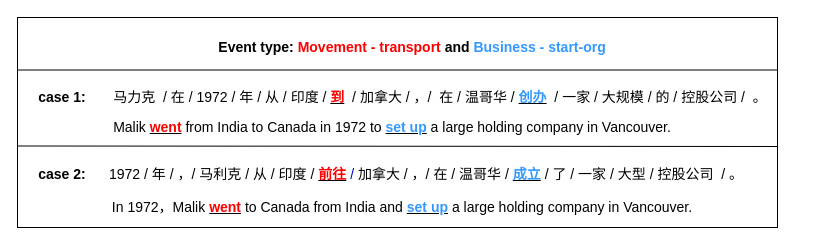
This is texttext2.drawio from gitofding/first_repository, a draw.io file, before an edit. Source tidied: cells renumbered, new cells numbered last; positions are measured from the earlier drawing's top-left corner, leaving out a move shared by most shapes. Both pictures are drawn from the tidied source at 100%, with x=0, y=0 at pixel (17, 17).
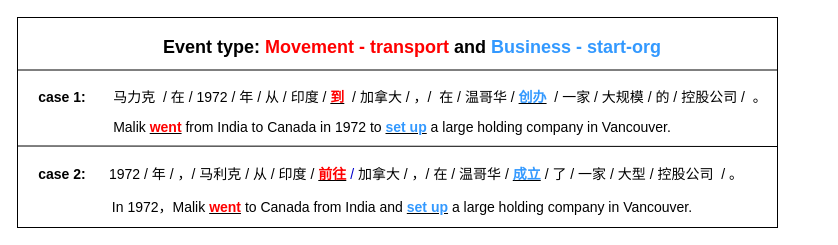
After the change.

The edit, as a diff of the source:
```diff
@@
 <mxGraphModel>
   <root>
     <mxCell id="0" />
     <mxCell id="1" parent="0" />
     <mxCell id="2" style="rounded=0;whiteSpace=wrap;html=1;" parent="1" vertex="1">
       <mxGeometry width="760" height="210" as="geometry" />
     </mxCell>
     <mxCell id="3" value="&lt;span style=&quot;font-size: 14px&quot;&gt;马力克&amp;nbsp; / 在 / 1972 / 年 / 从 / 印度 /&amp;nbsp;&lt;/span&gt;&lt;b style=&quot;font-size: 14px&quot;&gt;&lt;u&gt;&lt;font color=&quot;#ff0000&quot;&gt;到&lt;/font&gt;&lt;/u&gt;&amp;nbsp;&lt;/b&gt;&lt;span style=&quot;font-size: 14px&quot;&gt;&amp;nbsp;/ 加拿大 / ，/&amp;nbsp; 在 / 温哥华 /&amp;nbsp;&lt;/span&gt;&lt;b style=&quot;font-size: 14px&quot;&gt;&lt;u&gt;&lt;font color=&quot;#3399ff&quot;&gt;创办&lt;/font&gt;&lt;/u&gt;&lt;/b&gt;&lt;font color=&quot;#ff0000&quot; style=&quot;font-size: 14px&quot;&gt;&amp;nbsp;&amp;nbsp;&lt;/font&gt;&lt;span style=&quot;font-size: 14px&quot;&gt;/ 一家 / 大规模 / 的 / 控股公司 /&amp;nbsp; 。&lt;/span&gt;" style="text;html=1;strokeColor=none;fillColor=none;align=center;verticalAlign=middle;whiteSpace=wrap;rounded=0;" parent="1" vertex="1">
       <mxGeometry x="43" y="70" width="760" height="20" as="geometry" />
     </mxCell>
     <mxCell id="4" value="&lt;span style=&quot;font-size: 14px&quot;&gt;1972 / 年 / ，/ 马利克 / 从 / 印度 /&amp;nbsp;&lt;/span&gt;&lt;b style=&quot;font-size: 14px&quot;&gt;&lt;u&gt;&lt;font color=&quot;#ff0000&quot;&gt;前往&lt;/font&gt;&lt;/u&gt;&lt;/b&gt;&lt;font color=&quot;#0000cc&quot; style=&quot;font-size: 14px&quot;&gt;&amp;nbsp;/&amp;nbsp;&lt;/font&gt;&lt;span style=&quot;font-size: 14px&quot;&gt;加拿大 / ，/ 在 / 温哥华 /&amp;nbsp;&lt;/span&gt;&lt;b style=&quot;font-size: 14px&quot;&gt;&lt;u&gt;&lt;font color=&quot;#3399ff&quot;&gt;成立&lt;/font&gt;&lt;/u&gt;&amp;nbsp;&lt;/b&gt;&lt;span style=&quot;font-size: 14px&quot;&gt;/ 了 / 一家 / 大型 / 控股公司&amp;nbsp; / 。&lt;/span&gt;" style="text;html=1;strokeColor=none;fillColor=none;align=center;verticalAlign=middle;whiteSpace=wrap;rounded=0;" parent="1" vertex="1">
       <mxGeometry x="59" y="147" width="700" height="20" as="geometry" />
     </mxCell>
     <mxCell id="5" value="&lt;span style=&quot;font-size: 14px&quot;&gt;In 1972，Malik&amp;nbsp;&lt;/span&gt;&lt;b style=&quot;font-size: 14px&quot;&gt;&lt;u&gt;&lt;font color=&quot;#ff0000&quot;&gt;went&lt;/font&gt;&lt;/u&gt;&lt;/b&gt;&lt;span style=&quot;font-size: 14px&quot;&gt;&lt;font color=&quot;#ff0000&quot;&gt;&amp;nbsp;&lt;/font&gt;to Canada from India and&amp;nbsp;&lt;/span&gt;&lt;b style=&quot;font-size: 14px&quot;&gt;&lt;u&gt;&lt;font color=&quot;#3399ff&quot;&gt;set up&lt;/font&gt;&lt;/u&gt;&lt;/b&gt;&lt;span style=&quot;font-size: 14px&quot;&gt;&amp;nbsp;a large holding company in Vancouver.&lt;/span&gt;" style="text;html=1;strokeColor=none;fillColor=none;align=center;verticalAlign=middle;whiteSpace=wrap;rounded=0;" parent="1" vertex="1">
       <mxGeometry x="60" y="180" width="650" height="20" as="geometry" />
     </mxCell>
     <mxCell id="6" value="&lt;span style=&quot;font-size: 14px&quot;&gt;Malik&amp;nbsp;&lt;/span&gt;&lt;b style=&quot;font-size: 14px&quot;&gt;&lt;u&gt;&lt;font color=&quot;#ff0000&quot;&gt;went&lt;/font&gt;&lt;/u&gt;&lt;/b&gt;&lt;span style=&quot;font-size: 14px&quot;&gt;&amp;nbsp;from India to Canada in 1972 to&amp;nbsp;&lt;/span&gt;&lt;b style=&quot;font-size: 14px&quot;&gt;&lt;u&gt;&lt;font color=&quot;#3399ff&quot;&gt;set up&lt;/font&gt;&lt;/u&gt;&lt;/b&gt;&lt;span style=&quot;font-size: 14px&quot;&gt;&amp;nbsp;a large holding company in Vancouver.&lt;/span&gt;" style="text;html=1;strokeColor=none;fillColor=none;align=center;verticalAlign=middle;whiteSpace=wrap;rounded=0;" parent="1" vertex="1">
       <mxGeometry x="60" y="100" width="630" height="20" as="geometry" />
     </mxCell>
     <mxCell id="7" value="&lt;b&gt;&lt;font style=&quot;font-size: 14px&quot;&gt;case 1:&lt;/font&gt;&lt;/b&gt;" style="text;html=1;strokeColor=none;fillColor=none;align=center;verticalAlign=middle;whiteSpace=wrap;rounded=0;" parent="1" vertex="1">
       <mxGeometry x="20" y="70" width="49.8" height="20" as="geometry" />
     </mxCell>
     <mxCell id="8" value="&lt;b&gt;&lt;font style=&quot;font-size: 14px&quot;&gt;case 2:&lt;/font&gt;&lt;/b&gt;" style="text;html=1;strokeColor=none;fillColor=none;align=center;verticalAlign=middle;whiteSpace=wrap;rounded=0;" parent="1" vertex="1">
       <mxGeometry x="20" y="147" width="49.8" height="20" as="geometry" />
     </mxCell>
     <mxCell id="9" style="endArrow=none;html=1;exitX=0;exitY=0.25;exitDx=0;exitDy=0;" parent="1" edge="1">
       <mxGeometry relative="1" as="geometry">
         <mxPoint y="128.5" as="sourcePoint" />
         <mxPoint x="760" y="129" as="targetPoint" />
       </mxGeometry>
     </mxCell>
     <mxCell id="10" style="endArrow=none;html=1;exitX=0;exitY=0.25;exitDx=0;exitDy=0;entryX=1;entryY=0.25;entryDx=0;entryDy=0;" parent="1" edge="1" source="2" target="2">
       <mxGeometry relative="1" as="geometry" />
     </mxCell>
-    <mxCell id="11" value="&lt;font style=&quot;font-size: 14px&quot;&gt;&lt;b&gt;Event type: &lt;font color=&quot;#ff0000&quot;&gt;Movement - transport&lt;/font&gt; and &lt;font color=&quot;#3399ff&quot;&gt;Business - start-org&lt;/font&gt;&lt;/b&gt;&lt;/font&gt;" style="text;html=1;strokeColor=none;fillColor=none;align=center;verticalAlign=middle;whiteSpace=wrap;rounded=0;" parent="1" vertex="1">
+    <mxCell id="11" value="&lt;font style=&quot;font-size: 18px&quot;&gt;&lt;b&gt;Event type: &lt;font color=&quot;#ff0000&quot;&gt;Movement - transport&lt;/font&gt; and &lt;font color=&quot;#3399ff&quot;&gt;Business - start-org&lt;/font&gt;&lt;/b&gt;&lt;/font&gt;" style="text;html=1;strokeColor=none;fillColor=none;align=center;verticalAlign=middle;whiteSpace=wrap;rounded=0;" parent="1" vertex="1">
       <mxGeometry x="110" y="20" width="570" height="20" as="geometry" />
     </mxCell>
   </root>
 </mxGraphModel>
```
